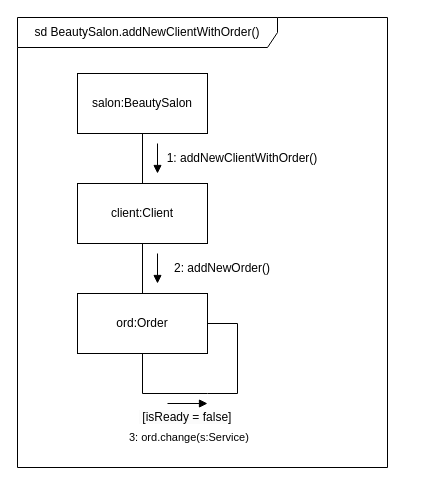
Before: communicationsUML.drawio in Artvell3000/umlLab2, a draw.io diagram. Source tidied: cells renumbered, new cells numbered last; positions are measured from the earlier drawing's top-left corner, leaving out a move shared by most shapes. Both pictures are drawn from the tidied source at 100%, with x=0, y=0 at pixel (17, 17).
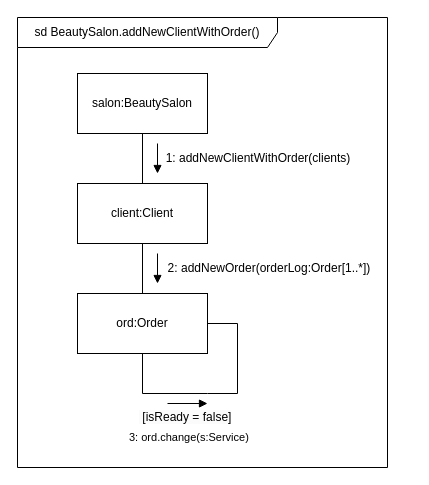
The same diagram, later.

What changed in the source:
```diff
@@
-    <mxCell id="9" value="1: addNewClientWithOrder()" style="text;html=1;strokeColor=none;fillColor=none;align=center;verticalAlign=middle;whiteSpace=wrap;rounded=0;" parent="1" vertex="1">
-      <mxGeometry x="130" y="126" width="190" height="30" as="geometry" />
+    <mxCell id="9" value="1: addNewClientWithOrder(clients)" style="text;html=1;strokeColor=none;fillColor=none;align=center;verticalAlign=middle;whiteSpace=wrap;rounded=0;" parent="1" vertex="1">
+      <mxGeometry x="146" y="126" width="190" height="30" as="geometry" />
     </mxCell>
-    <mxCell id="10" value="2: addNewOrder()" style="text;html=1;strokeColor=none;fillColor=none;align=center;verticalAlign=middle;whiteSpace=wrap;rounded=0;" parent="1" vertex="1">
-      <mxGeometry x="130" y="236" width="150" height="30" as="geometry" />
+    <mxCell id="10" value="2: addNewOrder(orderLog:Order[1..*])&lt;br&gt;" style="text;html=1;strokeColor=none;fillColor=none;align=center;verticalAlign=middle;whiteSpace=wrap;rounded=0;" parent="1" vertex="1">
+      <mxGeometry x="110" y="236" width="284" height="30" as="geometry" />
     </mxCell>
```
